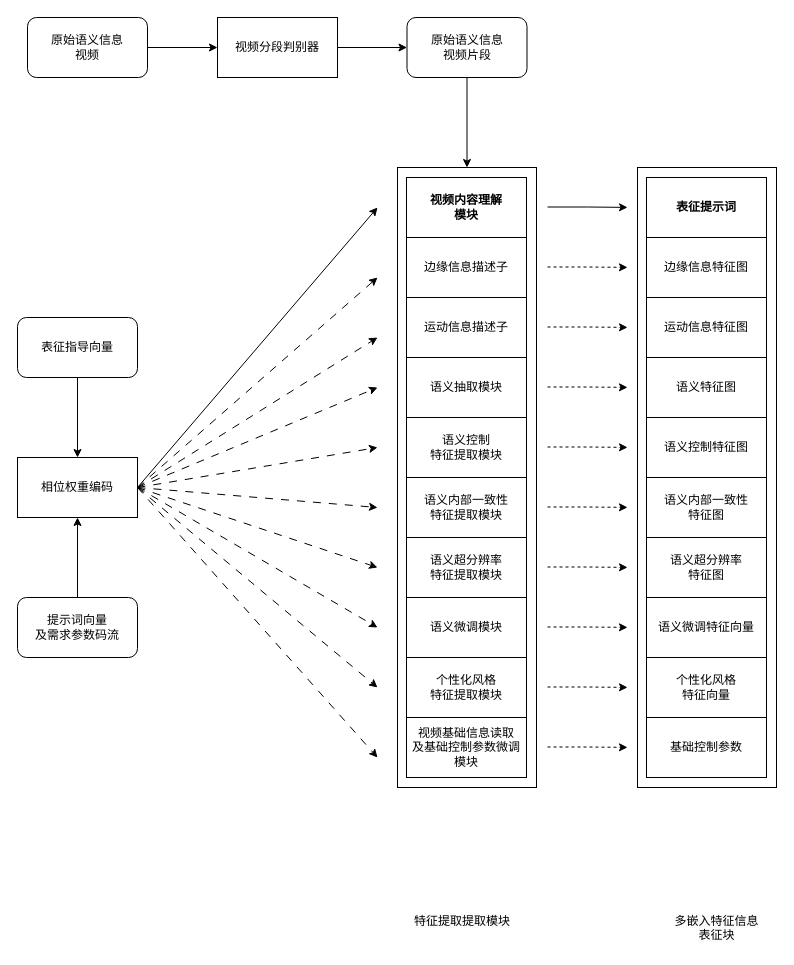
The draw.io diagram 视频提取模块v2.drawio in hrf666666/FlowCharts, before the edit. Source tidied: cells renumbered, new cells numbered last; positions are measured from the earlier drawing's top-left corner, leaving out a move shared by most shapes. Both pictures are drawn from the tidied source at 100%, with x=0, y=0 at pixel (17, 17).
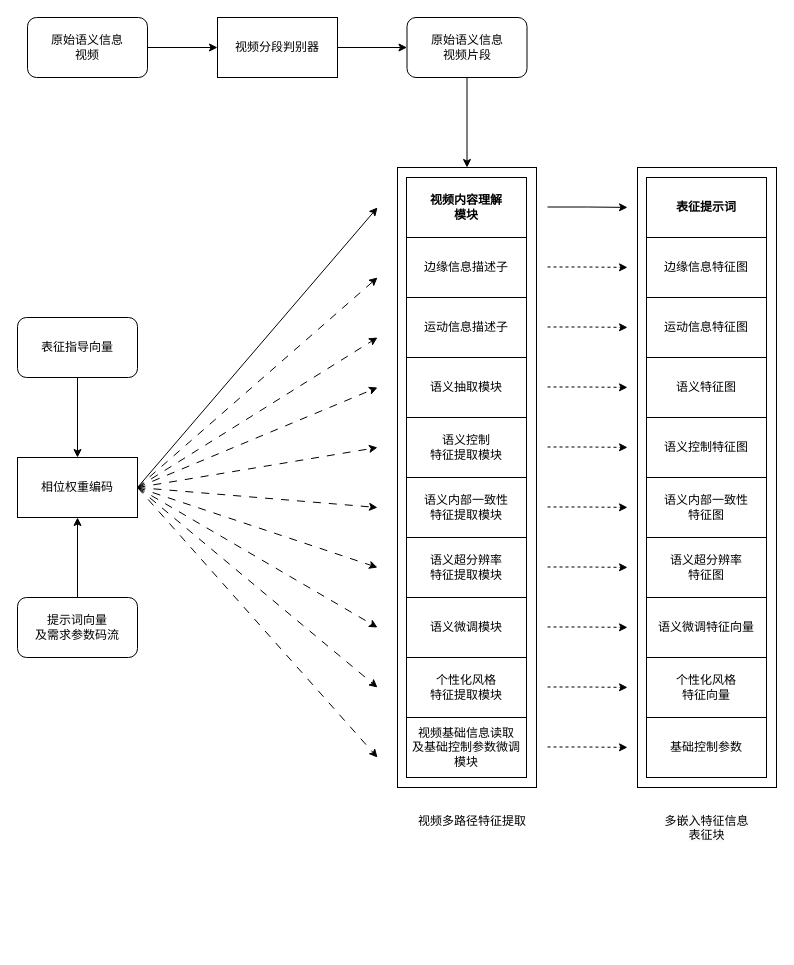
Above is the later version.

Commit message (it also covers changes not shown here):
更新视频提取模块v2.drawio

What changed in the source:
```diff
@@
-    <mxCell id="8" value="&lt;span style=&quot;color: rgb(0, 0, 0); font-family: Helvetica; font-size: 12px; font-style: normal; font-variant-ligatures: normal; font-variant-caps: normal; font-weight: 400; letter-spacing: normal; orphans: 2; text-align: center; text-indent: 0px; text-transform: none; widows: 2; word-spacing: 0px; -webkit-text-stroke-width: 0px; white-space: normal; background-color: rgb(251, 251, 251); text-decoration-thickness: initial; text-decoration-style: initial; text-decoration-color: initial; display: inline !important; float: none;&quot;&gt;特征提取提取模块&lt;/span&gt;" style="text;whiteSpace=wrap;html=1;" parent="1" vertex="1">
-      <mxGeometry x="394.5" y="890" width="110" height="40" as="geometry" />
+    <mxCell id="8" value="&lt;div style=&quot;text-align: center;&quot;&gt;&lt;span style=&quot;background-color: initial;&quot;&gt;视频多路径特征提取&lt;/span&gt;&lt;/div&gt;" style="text;whiteSpace=wrap;html=1;" parent="1" vertex="1">
+      <mxGeometry x="399" y="790" width="110" height="40" as="geometry" />
     </mxCell>
@@
     <mxCell id="20" value="&lt;span style=&quot;color: rgb(0, 0, 0); font-family: Helvetica; font-size: 12px; font-style: normal; font-variant-ligatures: normal; font-variant-caps: normal; font-weight: 400; letter-spacing: normal; orphans: 2; text-indent: 0px; text-transform: none; widows: 2; word-spacing: 0px; -webkit-text-stroke-width: 0px; white-space: normal; background-color: rgb(251, 251, 251); text-decoration-thickness: initial; text-decoration-style: initial; text-decoration-color: initial; float: none; display: inline !important;&quot;&gt;多嵌入特征信息&lt;/span&gt;&lt;div&gt;&lt;span style=&quot;color: rgb(0, 0, 0); font-family: Helvetica; font-size: 12px; font-style: normal; font-variant-ligatures: normal; font-variant-caps: normal; font-weight: 400; letter-spacing: normal; orphans: 2; text-indent: 0px; text-transform: none; widows: 2; word-spacing: 0px; -webkit-text-stroke-width: 0px; white-space: normal; background-color: rgb(251, 251, 251); text-decoration-thickness: initial; text-decoration-style: initial; text-decoration-color: initial; float: none; display: inline !important;&quot;&gt;表征块&lt;/span&gt;&lt;/div&gt;" style="text;whiteSpace=wrap;html=1;align=center;" parent="1" vertex="1">
-      <mxGeometry x="643.5" y="890" width="111" height="40" as="geometry" />
+      <mxGeometry x="633.5" y="790" width="111" height="40" as="geometry" />
     </mxCell>
```
